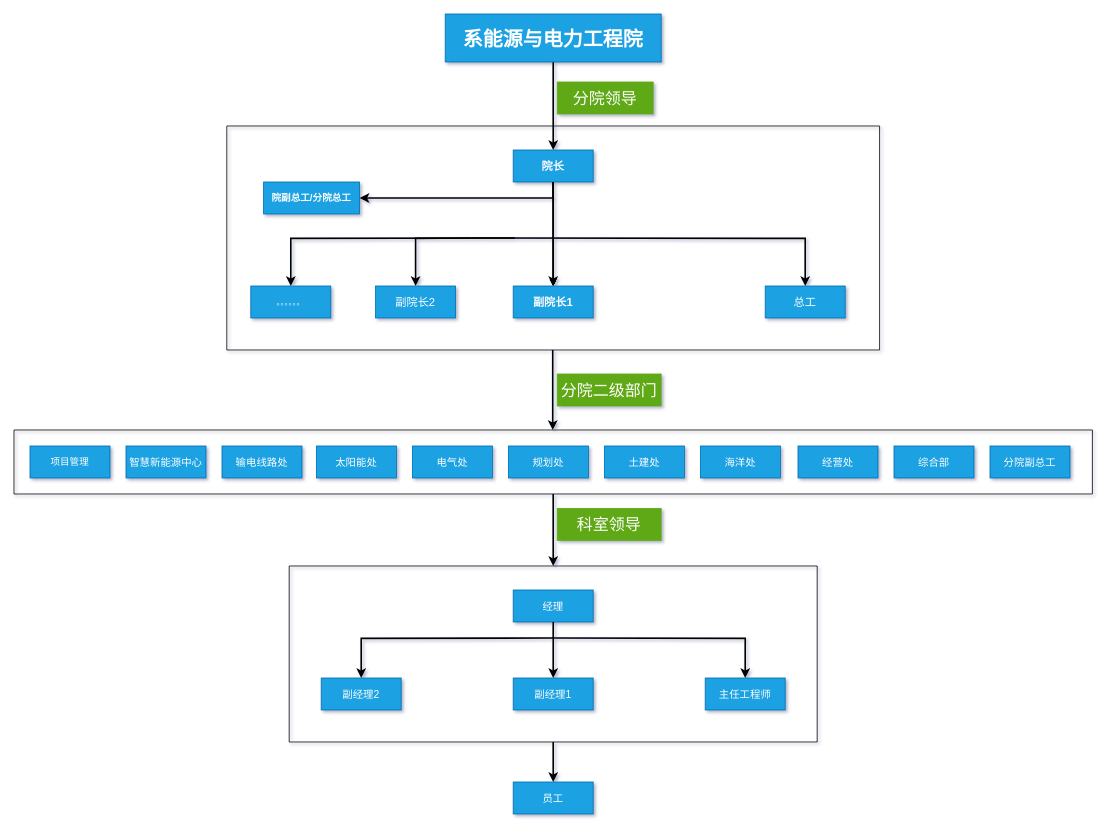
yuexin719/greenhouse keeps this draw.io diagram as 未命名绘图.drawio. Above is the earlier version. Source tidied: cells renumbered, new cells numbered last; positions are measured from the earlier drawing's top-left corner, leaving out a move shared by most shapes. Both pictures are drawn from the tidied source at 80%, with x=0, y=0 at pixel (14, 14).
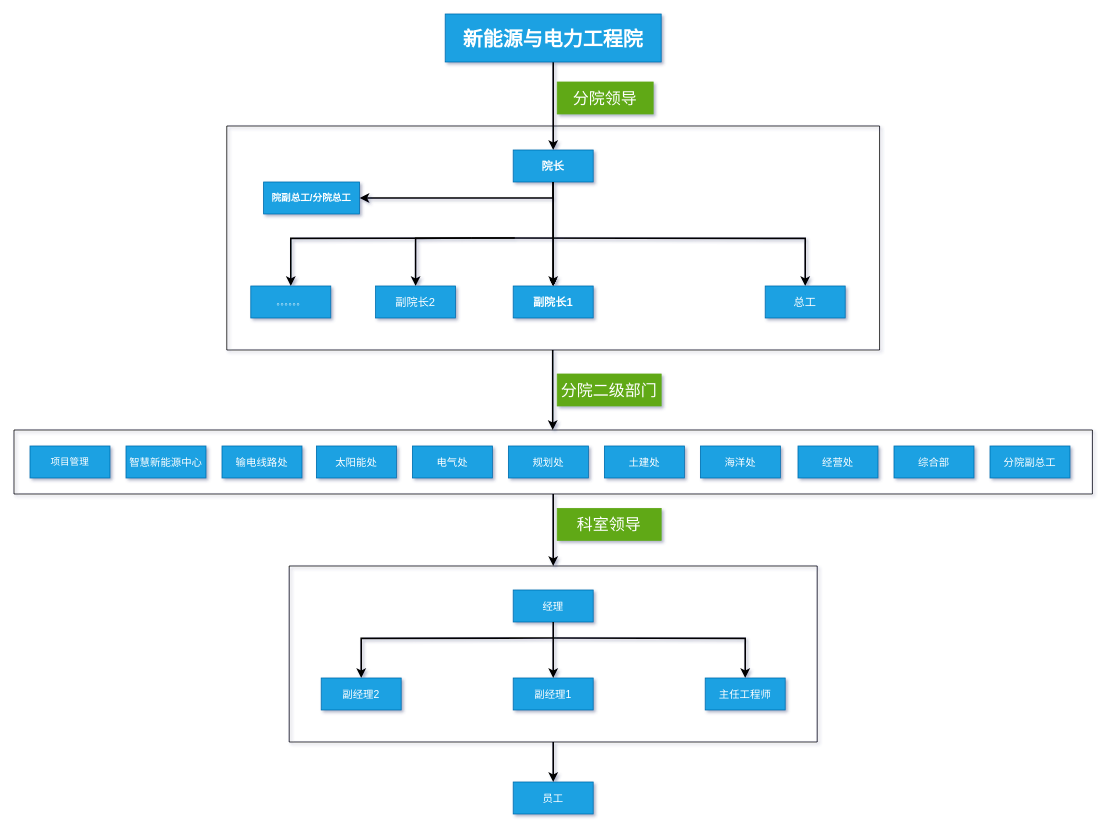
The same page after the edit.

Commit message:
更新未命名绘图.drawio

What changed in the source:
```diff
@@
-    <mxCell id="3" value="&lt;b&gt;&lt;font style=&quot;font-size: 25px;&quot;&gt;系能源与电力工程院&lt;/font&gt;&lt;/b&gt;" style="rounded=0;whiteSpace=wrap;html=1;fillColor=#1ba1e2;strokeColor=#006EAF;fontColor=#ffffff;" parent="1" vertex="1">
+    <mxCell id="3" value="&lt;b&gt;&lt;font style=&quot;font-size: 25px;&quot;&gt;新能源与电力工程院&lt;/font&gt;&lt;/b&gt;" style="rounded=0;whiteSpace=wrap;html=1;fillColor=#1ba1e2;strokeColor=#006EAF;fontColor=#ffffff;" parent="1" vertex="1">
       <mxGeometry x="539" width="270" height="60" as="geometry" />
     </mxCell>
```
